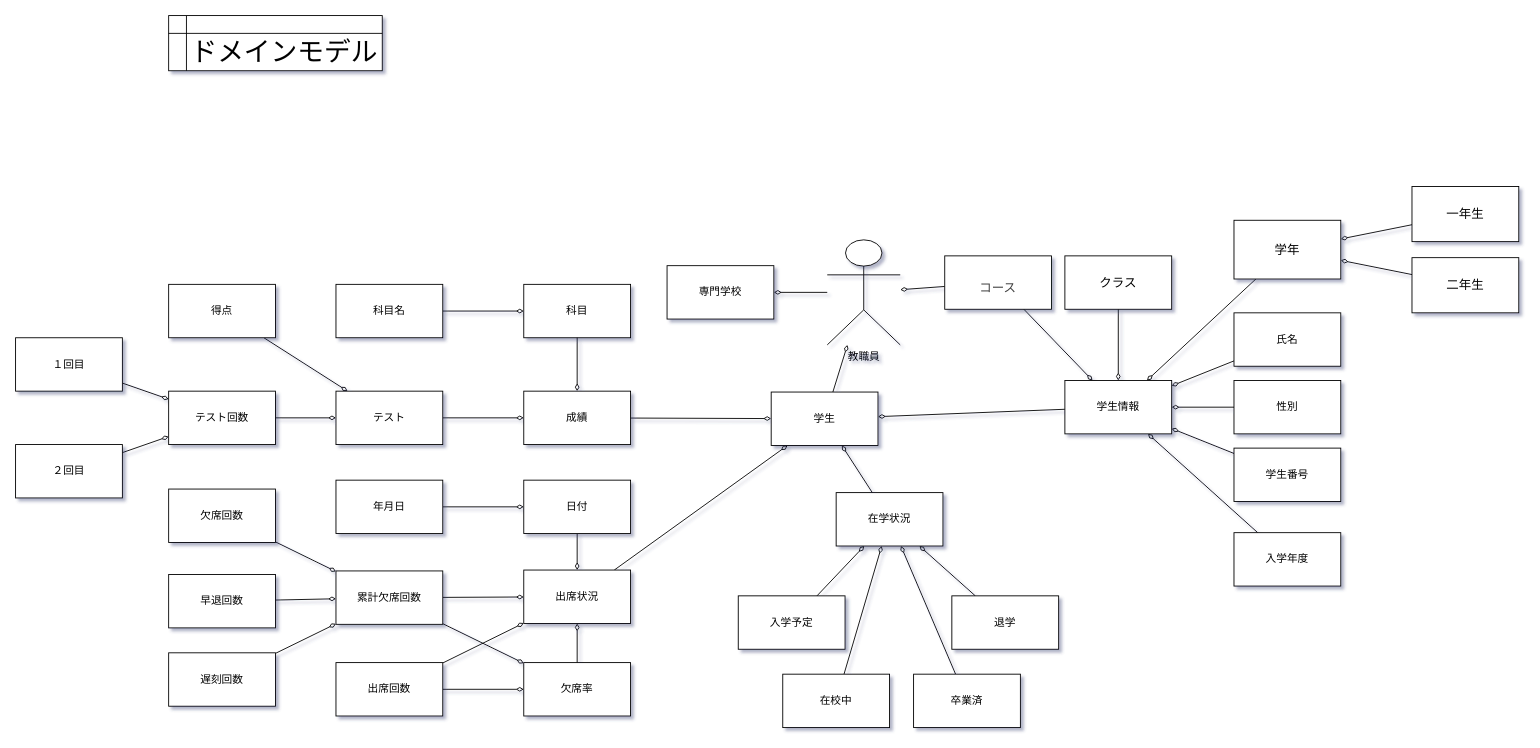
Above: page "ドメインモデル" (8 of 18) of rakugaki.drawio in SIGESPLIDE/team_C (draw.io), before the change. Source tidied: cells renumbered, new cells numbered last; positions are measured from the earlier drawing's top-left corner, leaving out a move shared by most shapes. Both pictures are drawn from the tidied source at 89%, with x=0, y=0 at pixel (15, 15).
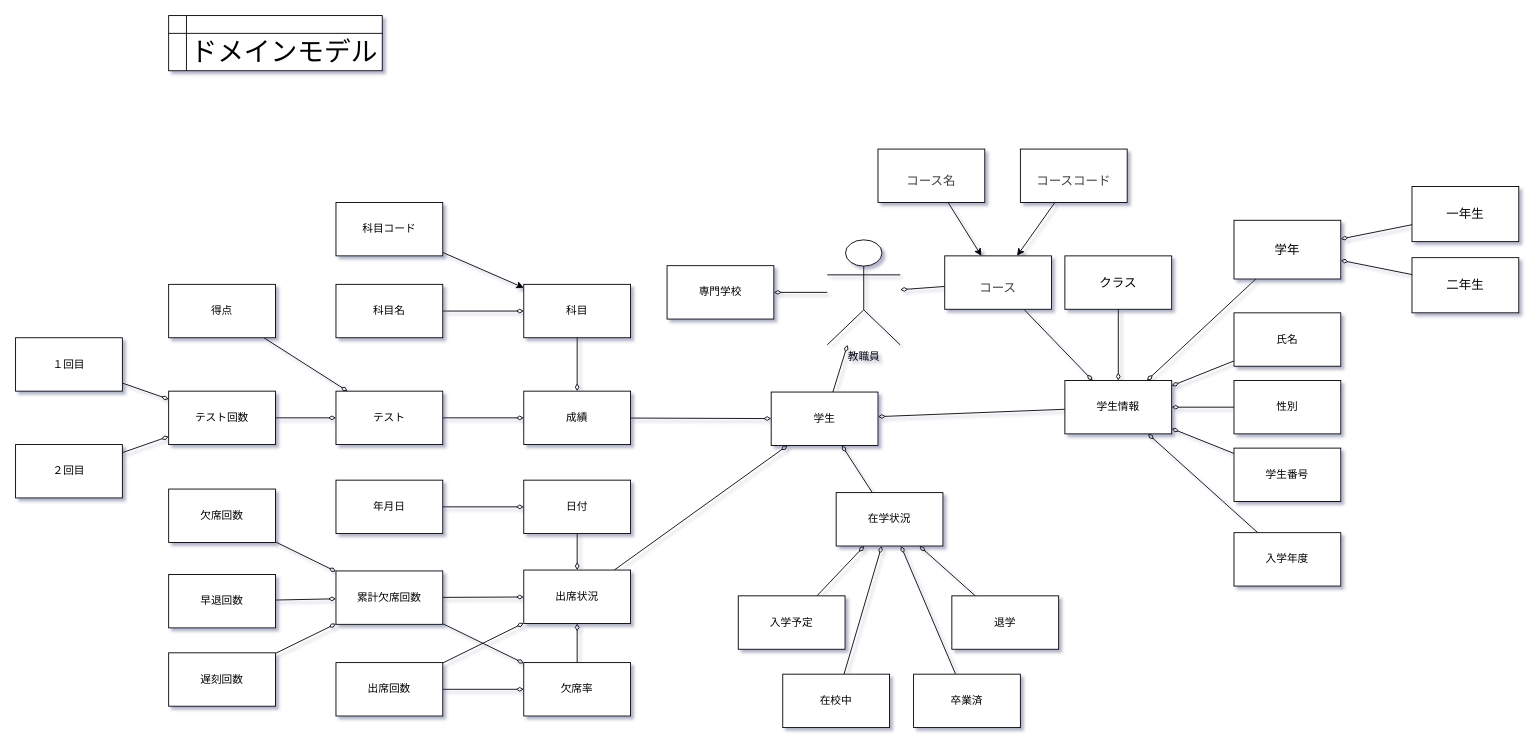
Above is the later version.

Commit message (it also covers changes not shown here):
らくがき改築

Unchanged cells that the change refers to:
```xml
<mxCell id="4" value="&lt;div&gt;&lt;span style=&quot;color: rgb(63, 63, 63); font-size: 14px; background-color: transparent;&quot;&gt;コース&lt;/span&gt;&lt;/div&gt;" style="rounded=0;whiteSpace=wrap;html=1;fontSize=30;spacing=0;" parent="1" vertex="1">
  <mxGeometry x="1044" y="270" width="120" height="60" as="geometry" />
</mxCell>
<mxCell id="46" value="科目" style="rounded=0;whiteSpace=wrap;html=1;" parent="1" vertex="1">
  <mxGeometry x="571" y="302" width="120" height="60" as="geometry" />
</mxCell>
```

What changed in the source:
```diff
@@
+    <mxCell id="76" style="edgeStyle=none;html=1;" parent="1" edge="1" source="77" target="46">
+      <mxGeometry relative="1" as="geometry" />
+    </mxCell>
+    <mxCell id="77" value="科目コード" style="rounded=0;whiteSpace=wrap;html=1;" parent="1" vertex="1">
+      <mxGeometry x="360" y="210" width="120" height="60" as="geometry" />
+    </mxCell>
+    <mxCell id="78" style="edgeStyle=none;html=1;" parent="1" edge="1" source="79" target="4">
+      <mxGeometry relative="1" as="geometry" />
+    </mxCell>
+    <mxCell id="79" value="&lt;div&gt;&lt;span style=&quot;color: rgb(63, 63, 63); font-size: 14px; background-color: transparent;&quot;&gt;コース名&lt;/span&gt;&lt;/div&gt;" style="rounded=0;whiteSpace=wrap;html=1;fontSize=30;spacing=0;" parent="1" vertex="1">
+      <mxGeometry x="969" y="150" width="120" height="60" as="geometry" />
+    </mxCell>
+    <mxCell id="80" style="edgeStyle=none;html=1;" parent="1" edge="1" source="81" target="4">
+      <mxGeometry relative="1" as="geometry" />
+    </mxCell>
+    <mxCell id="81" value="&lt;div&gt;&lt;span style=&quot;color: rgb(63, 63, 63); font-size: 14px; background-color: transparent;&quot;&gt;コースコード&lt;/span&gt;&lt;/div&gt;" style="rounded=0;whiteSpace=wrap;html=1;fontSize=30;spacing=0;" parent="1" vertex="1">
+      <mxGeometry x="1129" y="150" width="120" height="60" as="geometry" />
+    </mxCell>
```
